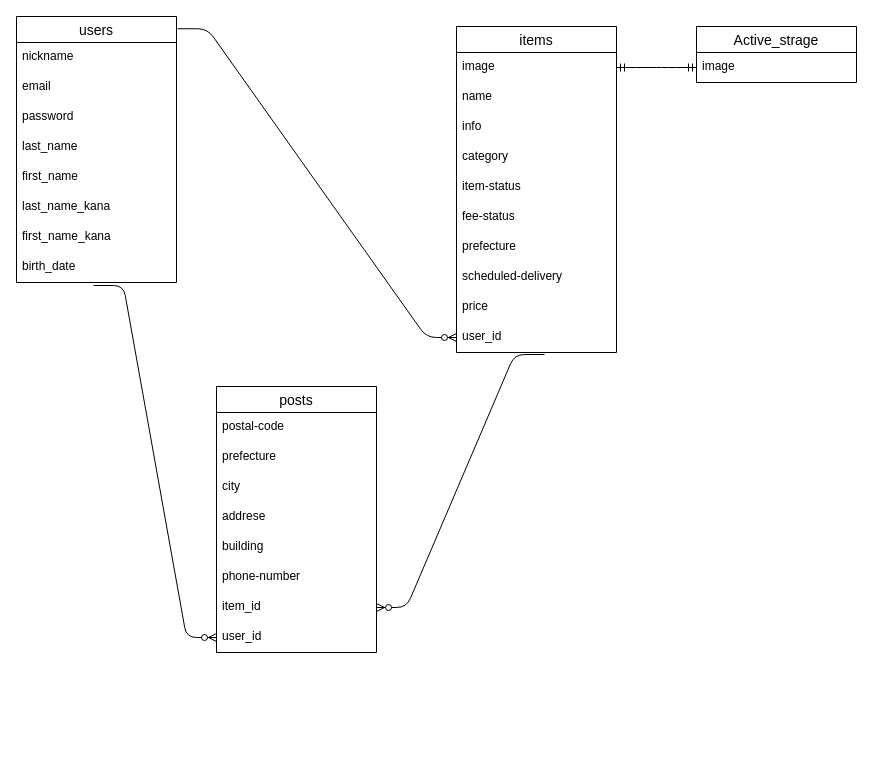
The draw.io diagram er.dio in tetutetu214/furima-31782, before the edit. Source tidied: cells renumbered, new cells numbered last; positions are measured from the earlier drawing's top-left corner, leaving out a move shared by most shapes. Both pictures are drawn from the tidied source at 100%, with x=0, y=0 at pixel (16, 16).
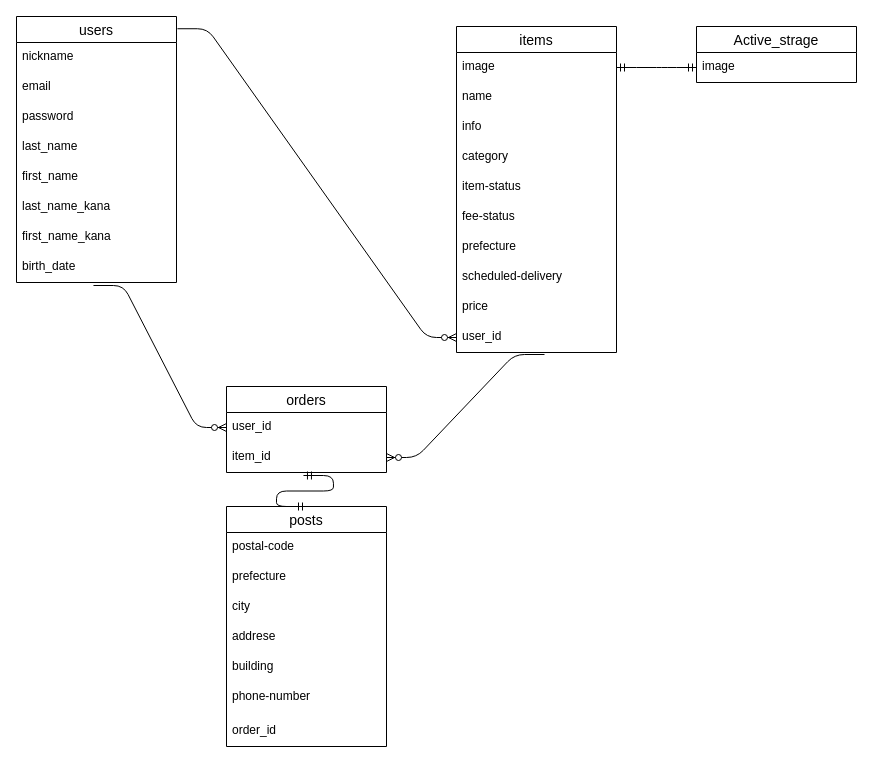
The same page after the edit.

The change refers to these unchanged cells:
```xml
<mxCell id="13" value="user_id&#10;" style="text;strokeColor=none;fillColor=none;spacingLeft=4;spacingRight=4;overflow=hidden;points=[[0,0.5],[1,0.5]];portConstraint=eastwest;fontSize=12;" parent="3" vertex="1">
  <mxGeometry y="296" width="160" height="30" as="geometry" />
</mxCell>
```

Change to the diagram source:
```diff
@@
+    <mxCell id="36" style="edgeStyle=entityRelationEdgeStyle;fontSize=12;html=1;endArrow=ERzeroToMany;endFill=1;exitX=0.55;exitY=1.067;exitDx=0;exitDy=0;exitPerimeter=0;" parent="1" edge="1" source="13" target="34">
+      <mxGeometry relative="1" as="geometry" />
+    </mxCell>
+    <mxCell id="37" value="orders" style="swimlane;fontStyle=0;horizontal=1;startSize=26;align=center;fontSize=14;" parent="1" vertex="1">
+      <mxGeometry x="210" y="370" width="160" height="86" as="geometry" />
+    </mxCell>
+    <mxCell id="35" value="user_id" style="text;strokeColor=none;fillColor=none;spacingLeft=4;spacingRight=4;overflow=hidden;points=[[0,0.5],[1,0.5]];portConstraint=eastwest;fontSize=12;" parent="37" vertex="1">
+      <mxGeometry y="26" width="160" height="30" as="geometry" />
+    </mxCell>
+    <mxCell id="34" value="item_id" style="text;strokeColor=none;fillColor=none;spacingLeft=4;spacingRight=4;overflow=hidden;points=[[0,0.5],[1,0.5]];portConstraint=eastwest;fontSize=12;" parent="37" vertex="1">
+      <mxGeometry y="56" width="160" height="30" as="geometry" />
+    </mxCell>
     <mxCell id="27" value="posts" style="swimlane;fontStyle=0;horizontal=1;startSize=26;align=center;fontSize=14;" parent="1" vertex="1">
-      <mxGeometry x="200" y="370" width="160" height="266" as="geometry" />
+      <mxGeometry x="210" y="490" width="160" height="240" as="geometry" />
     </mxCell>
@@
     <mxCell id="33" value="phone-number" style="text;strokeColor=none;fillColor=none;spacingLeft=4;spacingRight=4;overflow=hidden;fontSize=12;" parent="27" vertex="1">
-      <mxGeometry y="176" width="160" height="30" as="geometry" />
+      <mxGeometry y="176" width="160" height="34" as="geometry" />
     </mxCell>
-    <mxCell id="34" value="item_id" style="text;strokeColor=none;fillColor=none;spacingLeft=4;spacingRight=4;overflow=hidden;points=[[0,0.5],[1,0.5]];portConstraint=eastwest;fontSize=12;" parent="27" vertex="1">
-      <mxGeometry y="206" width="160" height="30" as="geometry" />
-    </mxCell>
-    <mxCell id="35" value="user_id" style="text;strokeColor=none;fillColor=none;spacingLeft=4;spacingRight=4;overflow=hidden;points=[[0,0.5],[1,0.5]];portConstraint=eastwest;fontSize=12;" parent="27" vertex="1">
-      <mxGeometry y="236" width="160" height="30" as="geometry" />
-    </mxCell>
-    <mxCell id="36" style="edgeStyle=entityRelationEdgeStyle;fontSize=12;html=1;endArrow=ERzeroToMany;endFill=1;exitX=0.55;exitY=1.067;exitDx=0;exitDy=0;exitPerimeter=0;" parent="1" edge="1" source="13" target="34">
-      <mxGeometry relative="1" as="geometry" />
-    </mxCell>
+    <mxCell id="38" value="order_id" style="text;strokeColor=none;fillColor=none;spacingLeft=4;spacingRight=4;overflow=hidden;fontSize=12;" parent="27" vertex="1">
+      <mxGeometry y="210" width="160" height="30" as="geometry" />
+    </mxCell>
+    <mxCell id="39" style="edgeStyle=entityRelationEdgeStyle;fontSize=12;html=1;endArrow=ERmandOne;startArrow=ERmandOne;exitX=0.481;exitY=1.1;exitDx=0;exitDy=0;exitPerimeter=0;entryX=0.5;entryY=0;entryDx=0;entryDy=0;" parent="1" edge="1" source="34" target="27">
+      <mxGeometry relative="1" as="geometry" />
+    </mxCell>
```
